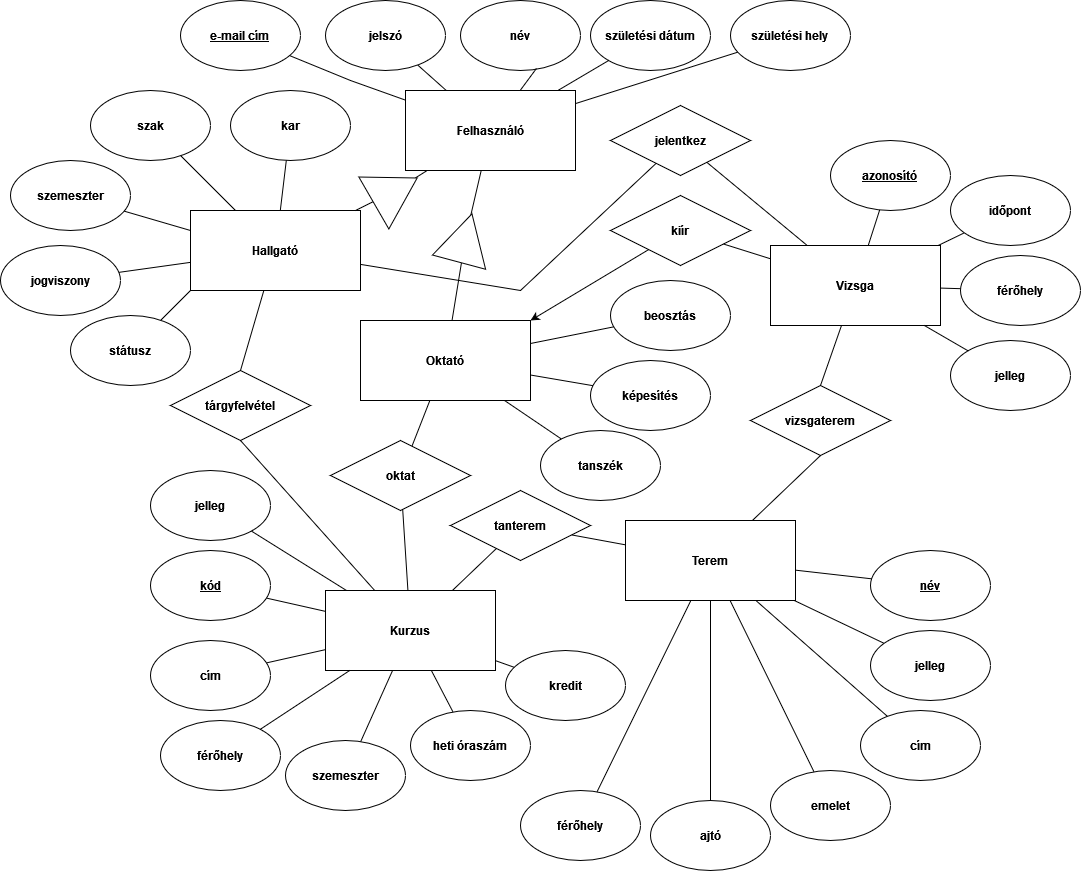
farkasp1050/banana keeps this draw.io diagram as M1/ETK.png. Above is the earlier version. Source tidied: cells renumbered, new cells last; positions are measured from the earlier drawing's top-left corner, leaving out a move shared by most shapes.
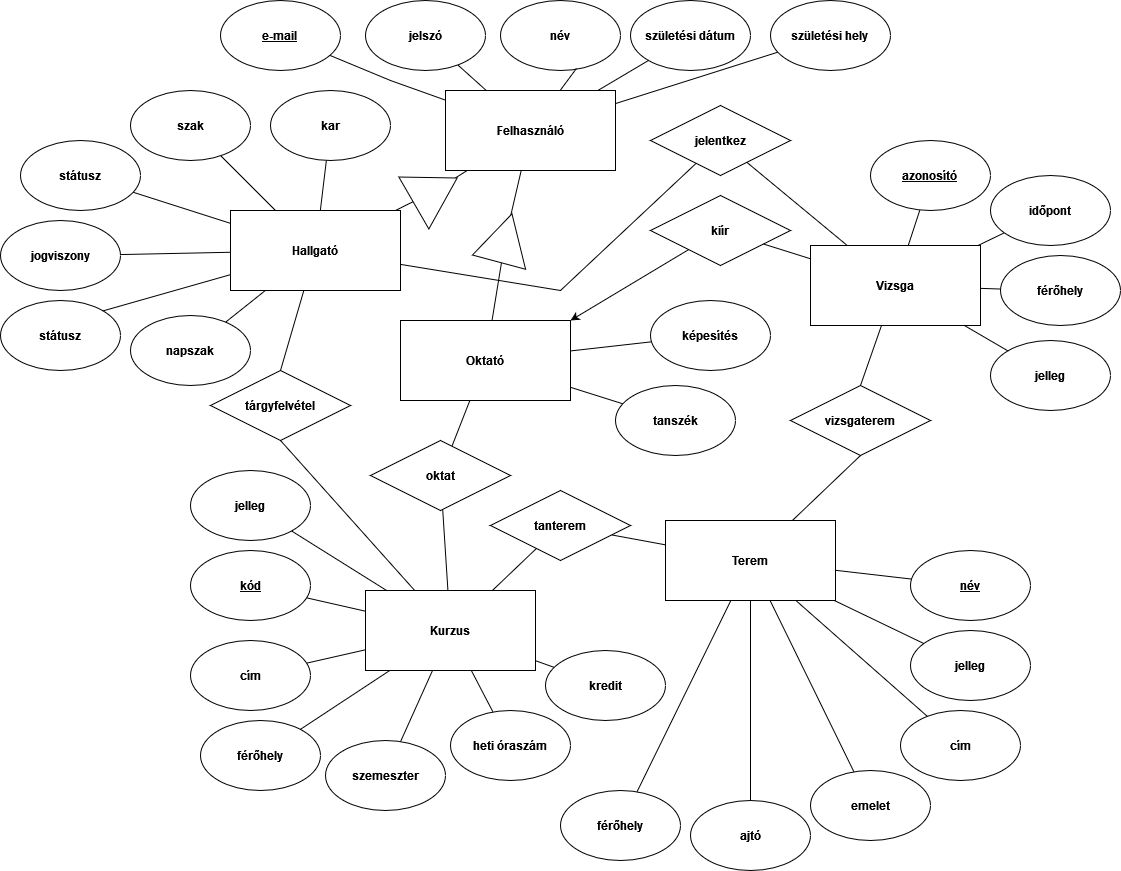
Later version of the same file.

Commit message:
Utolsó simítások - ETK diagram.

Change to the diagram source:
```diff
@@ -18,7 +18,7 @@
       <mxGeometry x="730" width="120" height="70" as="geometry" />
     </mxCell>
     <mxCell id="7" value="&lt;b&gt;jogviszony&lt;/b&gt;" style="ellipse;whiteSpace=wrap;html=1;" parent="1" vertex="1">
-      <mxGeometry y="245" width="120" height="70" as="geometry" />
+      <mxGeometry x="-40" y="220" width="120" height="70" as="geometry" />
     </mxCell>
     <mxCell id="8" value="&lt;b&gt;szak&lt;/b&gt;" style="ellipse;whiteSpace=wrap;html=1;" parent="1" vertex="1">
       <mxGeometry x="90" y="90" width="120" height="70" as="geometry" />
@@ -229,9 +229,9 @@
       <mxGeometry relative="1" as="geometry" />
     </mxCell>
     <mxCell id="76" value="&lt;b&gt;státusz&lt;/b&gt;" style="ellipse;whiteSpace=wrap;html=1;" parent="1" vertex="1">
-      <mxGeometry x="70" y="315" width="120" height="70" as="geometry" />
+      <mxGeometry x="-20" y="140" width="120" height="70" as="geometry" />
     </mxCell>
-    <mxCell id="77" style="endArrow=none;html=1;rounded=0;exitX=0;exitY=1;exitDx=0;exitDy=0;" parent="1" edge="1" source="46" target="76">
+    <mxCell id="77" style="endArrow=none;html=1;rounded=0;" parent="1" edge="1" source="46" target="76">
       <mxGeometry relative="1" as="geometry" />
     </mxCell>
     <mxCell id="78" value="&lt;b&gt;kar&lt;/b&gt;" style="ellipse;whiteSpace=wrap;html=1;" parent="1" vertex="1">
@@ -240,15 +240,9 @@
     <mxCell id="79" style="endArrow=none;html=1;rounded=0;" parent="1" edge="1" source="46" target="78">
       <mxGeometry relative="1" as="geometry" />
     </mxCell>
-    <mxCell id="80" value="&lt;u&gt;&lt;b&gt;e-mail cím&lt;/b&gt;&lt;b&gt;&lt;br&gt;&lt;/b&gt;&lt;/u&gt;" style="ellipse;whiteSpace=wrap;html=1;" parent="1" vertex="1">
+    <mxCell id="80" value="&lt;u&gt;&lt;b&gt;e-mail&lt;/b&gt;&lt;b&gt;&lt;br&gt;&lt;/b&gt;&lt;/u&gt;" style="ellipse;whiteSpace=wrap;html=1;" parent="1" vertex="1">
       <mxGeometry x="180" width="120" height="70" as="geometry" />
     </mxCell>
-    <mxCell id="81" value="&lt;b&gt;beosztás&lt;/b&gt;" style="ellipse;whiteSpace=wrap;html=1;" parent="1" vertex="1">
-      <mxGeometry x="610" y="280" width="120" height="70" as="geometry" />
-    </mxCell>
-    <mxCell id="82" style="endArrow=none;html=1;rounded=0;" parent="1" edge="1" source="47" target="81">
-      <mxGeometry relative="1" as="geometry" />
-    </mxCell>
     <mxCell id="83" value="&lt;b&gt;kredit&lt;/b&gt;" style="ellipse;whiteSpace=wrap;html=1;" parent="1" vertex="1">
       <mxGeometry x="505" y="650" width="120" height="70" as="geometry" />
     </mxCell>
@@ -256,13 +250,13 @@
       <mxGeometry relative="1" as="geometry" />
     </mxCell>
     <mxCell id="85" value="&lt;b&gt;képesítés&lt;/b&gt;" style="ellipse;whiteSpace=wrap;html=1;" parent="1" vertex="1">
-      <mxGeometry x="590" y="360" width="120" height="70" as="geometry" />
+      <mxGeometry x="610" y="300" width="120" height="70" as="geometry" />
     </mxCell>
     <mxCell id="86" style="endArrow=none;html=1;rounded=0;" parent="1" edge="1" source="47" target="85">
       <mxGeometry relative="1" as="geometry" />
     </mxCell>
     <mxCell id="87" value="&lt;b&gt;tanszék&lt;/b&gt;" style="ellipse;whiteSpace=wrap;html=1;" parent="1" vertex="1">
-      <mxGeometry x="540" y="430" width="120" height="70" as="geometry" />
+      <mxGeometry x="575" y="385" width="120" height="70" as="geometry" />
     </mxCell>
     <mxCell id="88" style="endArrow=none;html=1;rounded=0;" parent="1" edge="1" source="47" target="87">
       <mxGeometry relative="1" as="geometry" />
@@ -274,11 +268,17 @@
         </Array>
       </mxGeometry>
     </mxCell>
-    <mxCell id="90" value="&lt;b&gt;szemeszter&lt;/b&gt;" style="ellipse;whiteSpace=wrap;html=1;" parent="1" vertex="1">
-      <mxGeometry x="10" y="160" width="120" height="70" as="geometry" />
-    </mxCell>
-    <mxCell id="91" style="endArrow=none;html=1;rounded=0;exitX=0;exitY=0.25;exitDx=0;exitDy=0;" parent="1" edge="1" source="46" target="90">
-      <mxGeometry relative="1" as="geometry" />
-    </mxCell>
+    <mxCell id="92" value="&lt;b&gt;státusz&lt;/b&gt;" style="ellipse;whiteSpace=wrap;html=1;" parent="1" vertex="1">
+      <mxGeometry x="-40" y="300" width="120" height="70" as="geometry" />
+    </mxCell>
+    <mxCell id="93" style="endArrow=none;html=1;rounded=0;entryX=1;entryY=0;entryDx=0;entryDy=0;" parent="1" edge="1" source="46" target="92">
+      <mxGeometry relative="1" as="geometry" />
+    </mxCell>
+    <mxCell id="94" value="&lt;b&gt;napszak&lt;/b&gt;" style="ellipse;whiteSpace=wrap;html=1;" parent="1" vertex="1">
+      <mxGeometry x="90" y="315" width="120" height="70" as="geometry" />
+    </mxCell>
+    <mxCell id="95" style="endArrow=none;html=1;rounded=0;" parent="1" edge="1" source="46" target="94">
+      <mxGeometry relative="1" as="geometry" />
+    </mxCell>
   </root>
 </mxGraphModel>
```
